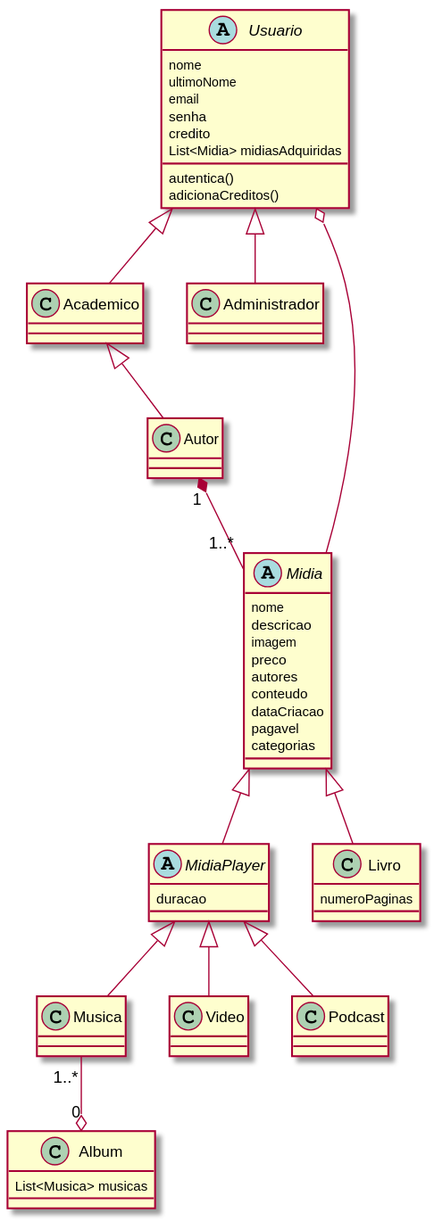
Earlier version of the PlantUML export class-diagram/class.svg (arielazzi/desenvolvimento-de-software-I).
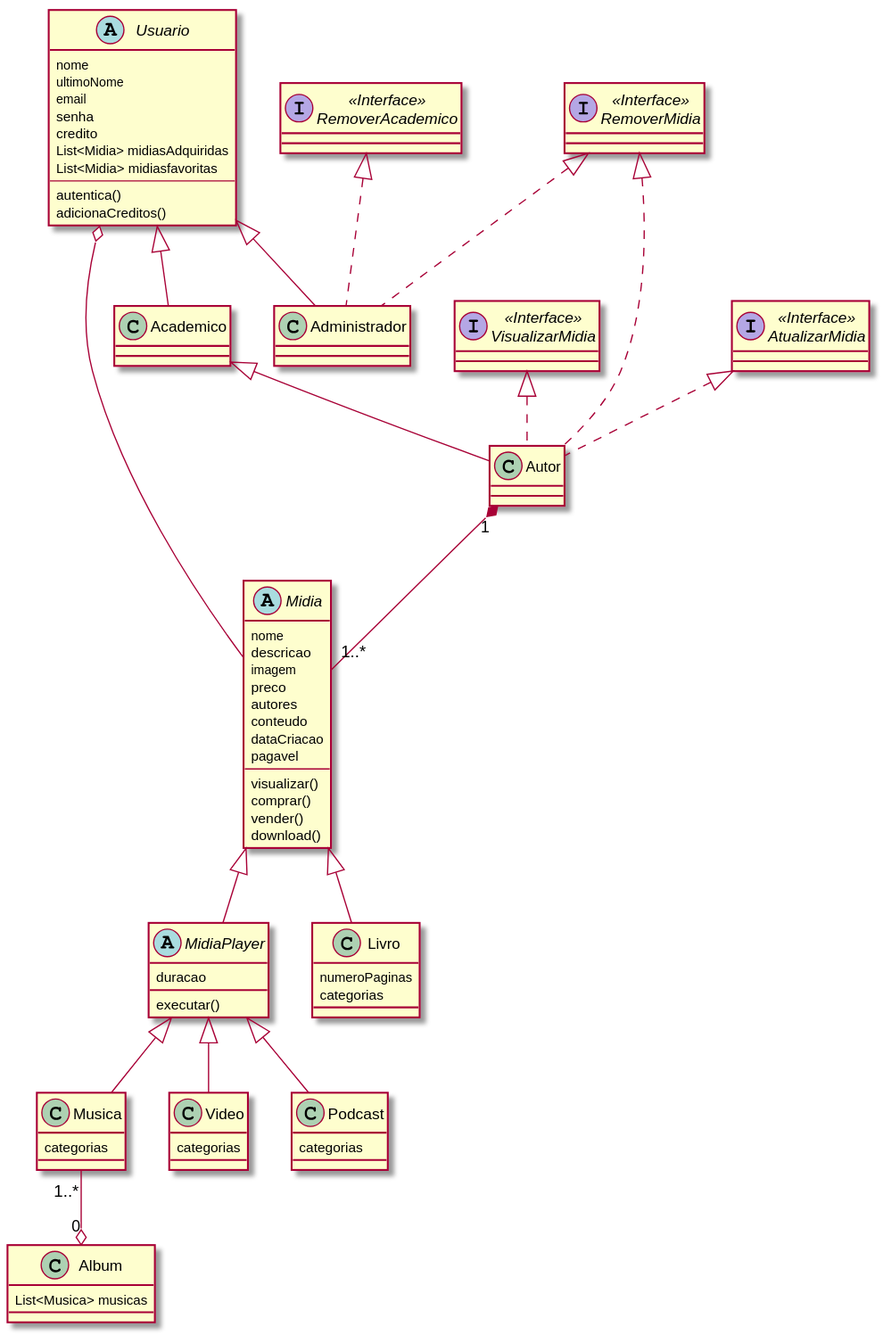
After the change.

What changed in the source:
```diff
@@ -1,5 +1,4 @@
 @startuml class
-
 
 
 abstract class Usuario {
@@ -9,6 +8,8 @@
   senha
   credito
   List<Midia> midiasAdquiridas
+  List<Midia> midiasfavoritas
+  ---
   autentica()
   adicionaCreditos()
 }
@@ -29,22 +30,34 @@
   conteudo
   dataCriacao
   pagavel
-  categorias
+  ---
+  visualizar()
+  comprar()
+  vender()
+  download()
 }
 
 abstract class MidiaPlayer {
   duracao
+  executar()
 }
 
 class Livro {
   numeroPaginas
+  categorias
 }
 
-class Musica {}
+class Musica {
+  categorias
+}
 
-class Video {}
+class Video {
+  categorias
+}
 
-class Podcast {}
+class Podcast {
+  categorias
+}
 
 Autor "1" *-- "1..*" Midia
 
@@ -62,5 +75,16 @@
 
 Musica "1..*" --o "0" Album
 
+interface VisualizarMidia <<Interface>>
+interface RemoverMidia <<Interface>>
+interface RemoverAcademico <<Interface>>
+interface AtualizarMidia <<Interface>>
+
+VisualizarMidia <|.. Autor
+RemoverMidia <|.. Autor
+RemoverMidia <|.. Administrador
+RemoverAcademico <|.. Administrador
+AtualizarMidia <|.. Autor
+
 
 @enduml
```
